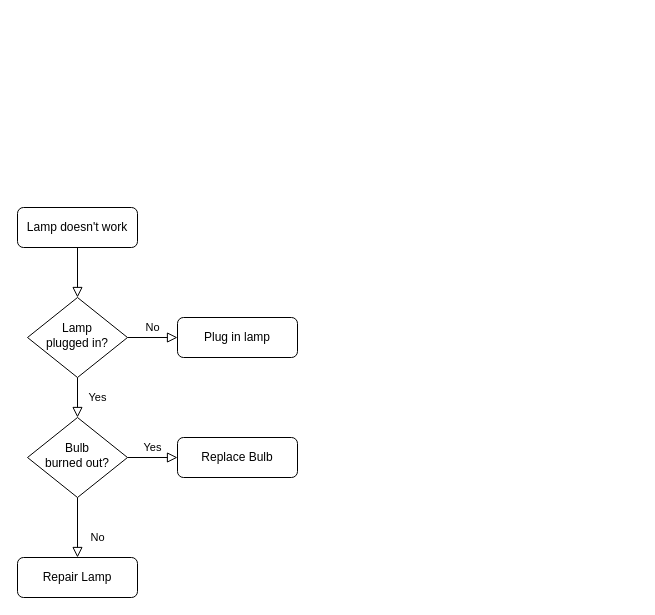
Before: Untitled Diagram.drawio in svarukala/assets, a draw.io diagram. Source tidied: cells renumbered, new cells numbered last; positions are measured from the earlier drawing's top-left corner, leaving out a move shared by most shapes. Both pictures are drawn from the tidied source at 100%, with x=0, y=0 at pixel (17, 207).
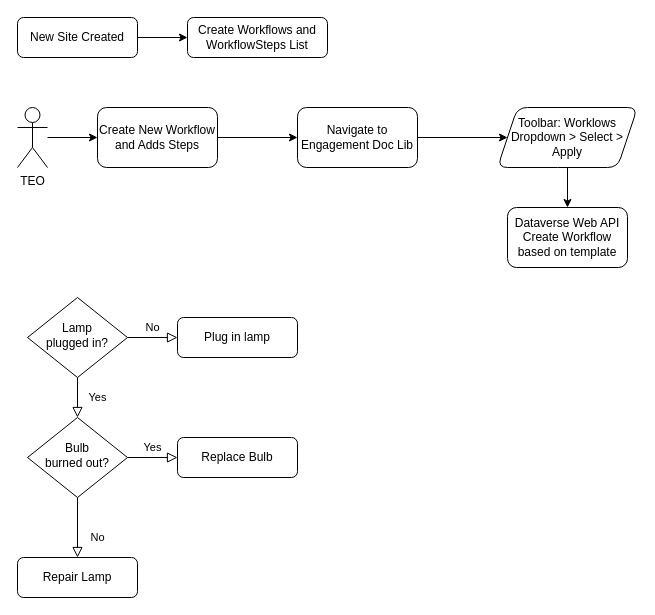
Above is the later version.

Commit message:
flow-plan

The change refers to these unchanged cells:
```xml
<mxCell id="6" value="Lamp&lt;br&gt;plugged in?" style="rhombus;whiteSpace=wrap;html=1;shadow=0;fontFamily=Helvetica;fontSize=12;align=center;strokeWidth=1;spacing=6;spacingTop=-4;" parent="1" vertex="1">
  <mxGeometry x="10" y="90" width="100" height="80" as="geometry" />
</mxCell>
```

The edit, as a diff of the source:
```diff
@@
-    <mxCell id="2" style="rounded=0;html=1;jettySize=auto;fontSize=11;endArrow=block;endFill=0;endSize=8;strokeWidth=1;shadow=0;labelBackgroundColor=none;edgeStyle=orthogonalEdgeStyle;" parent="1" edge="1" source="3" target="6">
-      <mxGeometry relative="1" as="geometry" />
-    </mxCell>
+    <mxCell id="13" style="edgeStyle=orthogonalEdgeStyle;rounded=0;jettySize=auto;html=1;" parent="1" edge="1" source="3" target="14">
+      <mxGeometry relative="1" as="geometry" />
+    </mxCell>
-    <mxCell id="3" value="Lamp doesn't work" style="rounded=1;whiteSpace=wrap;html=1;fontSize=12;glass=0;strokeWidth=1;shadow=0;" parent="1" vertex="1">
-      <mxGeometry width="120" height="40" as="geometry" />
+    <mxCell id="3" value="New Site Created" style="rounded=1;whiteSpace=wrap;html=1;fontSize=12;glass=0;strokeWidth=1;shadow=0;" parent="1" vertex="1">
+      <mxGeometry y="-190" width="120" height="40" as="geometry" />
     </mxCell>
@@
+    <mxCell id="14" value="Create Workflows and WorkflowSteps List" style="rounded=1;whiteSpace=wrap;html=1;" parent="1" vertex="1">
+      <mxGeometry x="170" y="-190" width="140" height="40" as="geometry" />
+    </mxCell>
+    <mxCell id="15" style="edgeStyle=orthogonalEdgeStyle;rounded=0;jettySize=auto;html=1;" parent="1" edge="1" source="16" target="18">
+      <mxGeometry relative="1" as="geometry" />
+    </mxCell>
+    <mxCell id="16" value="TEO" style="shape=umlActor;verticalLabelPosition=bottom;verticalAlign=top;html=1;outlineConnect=0;" parent="1" vertex="1">
+      <mxGeometry y="-100" width="30" height="60" as="geometry" />
+    </mxCell>
+    <mxCell id="17" style="edgeStyle=orthogonalEdgeStyle;rounded=0;jettySize=auto;html=1;" parent="1" edge="1" source="18" target="20">
+      <mxGeometry relative="1" as="geometry" />
+    </mxCell>
+    <mxCell id="18" value="Create New Workflow and Adds Steps" style="rounded=1;whiteSpace=wrap;html=1;" parent="1" vertex="1">
+      <mxGeometry x="80" y="-100" width="120" height="60" as="geometry" />
+    </mxCell>
+    <mxCell id="19" style="edgeStyle=orthogonalEdgeStyle;rounded=0;jettySize=auto;html=1;" parent="1" edge="1" source="20" target="22">
+      <mxGeometry relative="1" as="geometry" />
+    </mxCell>
+    <mxCell id="20" value="Navigate to Engagement Doc Lib" style="whiteSpace=wrap;html=1;rounded=1;" parent="1" vertex="1">
+      <mxGeometry x="280" y="-100" width="120" height="60" as="geometry" />
+    </mxCell>
+    <mxCell id="21" style="edgeStyle=orthogonalEdgeStyle;rounded=0;jettySize=auto;html=1;" parent="1" edge="1" source="22" target="23">
+      <mxGeometry relative="1" as="geometry" />
+    </mxCell>
+    <mxCell id="22" value="Toolbar: Worklows Dropdown &amp;gt; Select &amp;gt; Apply" style="shape=parallelogram;perimeter=parallelogramPerimeter;whiteSpace=wrap;html=1;fixedSize=1;rounded=1;" parent="1" vertex="1">
+      <mxGeometry x="480" y="-100" width="140" height="60" as="geometry" />
+    </mxCell>
+    <mxCell id="23" value="Dataverse Web API&lt;br&gt;Create Workflow based on template" style="whiteSpace=wrap;html=1;rounded=1;" parent="1" vertex="1">
+      <mxGeometry x="490" width="120" height="60" as="geometry" />
+    </mxCell>
```
